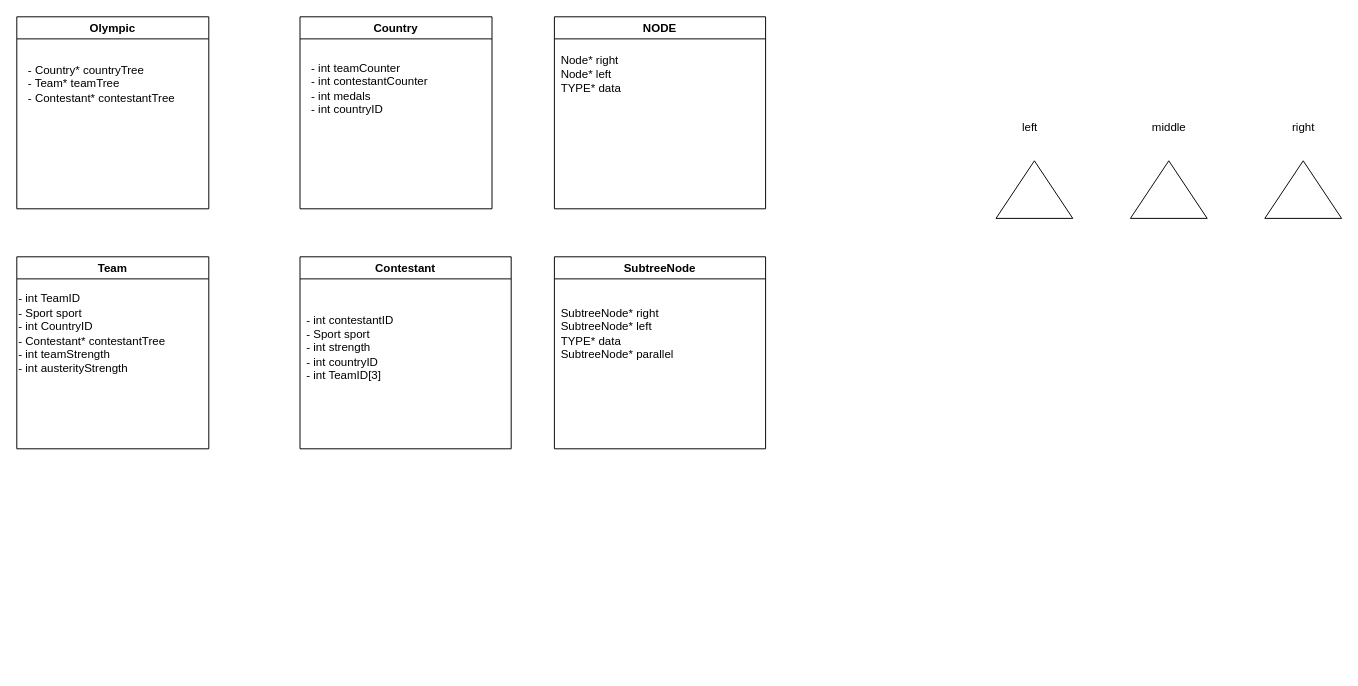
Above: Additional reading material/Wet 1.drawio in ayals99/Wet-1--Data-Structures (draw.io), before the change. Source tidied: cells renumbered, new cells numbered last; positions are measured from the earlier drawing's top-left corner, leaving out a move shared by most shapes. Both pictures are drawn from the tidied source at 96%, with x=0, y=0 at pixel (16, 16).
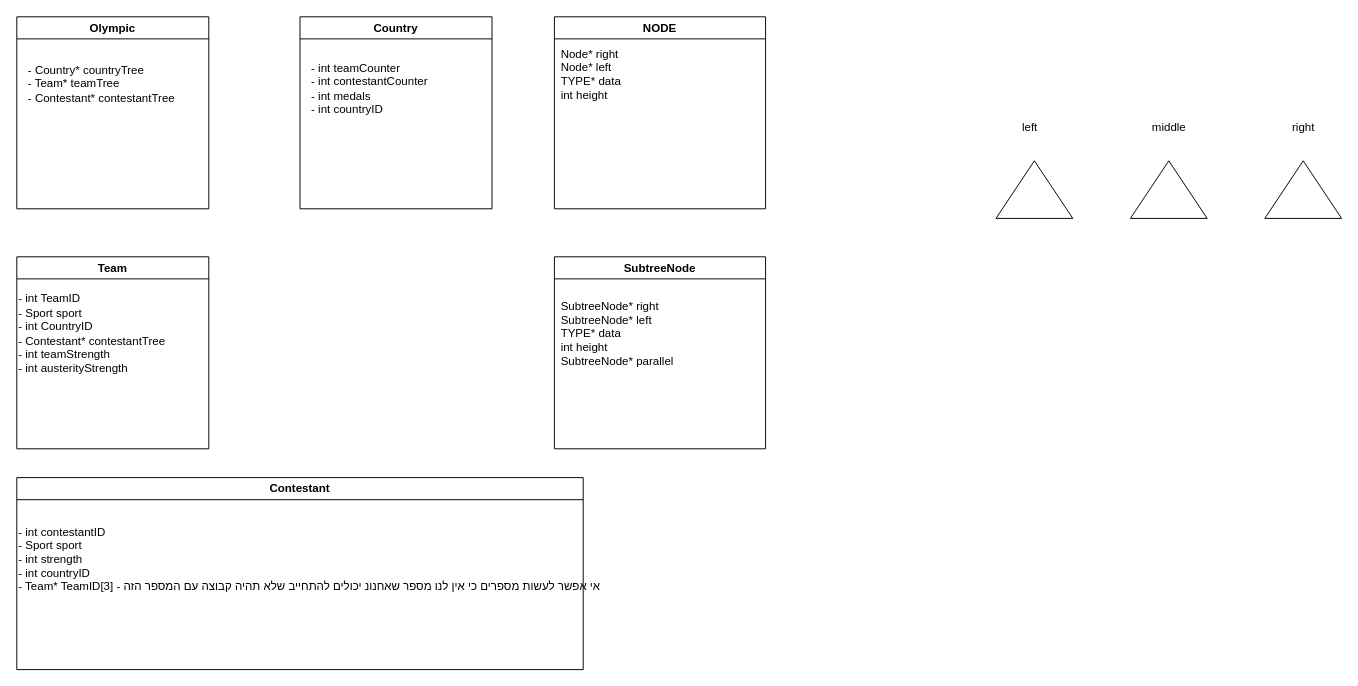
Above is the later version.

The edit, as a diff of the source:
```diff
@@
 <mxGraphModel>
   <root>
     <mxCell id="0" />
     <mxCell id="1" parent="0" />
     <mxCell id="2" value="Olympic" style="swimlane;whiteSpace=wrap;html=1;" parent="1" vertex="1">
       <mxGeometry width="200" height="200" as="geometry" />
     </mxCell>
     <mxCell id="3" value="- Country* countryTree&lt;br&gt;- Team* teamTree&lt;br&gt;- Contestant* contestantTree&lt;br&gt;" style="text;html=1;align=left;verticalAlign=middle;strokeColor=none;fillColor=none;" parent="2" vertex="1">
       <mxGeometry x="10" y="40" width="180" height="60" as="geometry" />
     </mxCell>
     <mxCell id="4" value="Country" style="swimlane;whiteSpace=wrap;html=1;" parent="1" vertex="1">
       <mxGeometry x="295" width="200" height="200" as="geometry" />
     </mxCell>
     <mxCell id="5" value="- int teamCounter&lt;br&gt;- int contestantCounter&lt;br&gt;- int medals&lt;br&gt;- int countryID" style="text;html=1;align=left;verticalAlign=middle;strokeColor=none;fillColor=none;" parent="4" vertex="1">
       <mxGeometry x="10" y="40" width="140" height="70" as="geometry" />
     </mxCell>
     <mxCell id="6" value="Team" style="swimlane;whiteSpace=wrap;html=1;" parent="1" vertex="1">
       <mxGeometry y="250" width="200" height="200" as="geometry" />
     </mxCell>
     <mxCell id="7" value="- int TeamID&lt;br&gt;- Sport sport&lt;br&gt;- int CountryID&lt;br&gt;- Contestant* contestantTree&lt;br&gt;- int teamStrength&lt;br&gt;- int austerityStrength" style="text;html=1;align=left;verticalAlign=middle;strokeColor=none;fillColor=none;" parent="6" vertex="1">
       <mxGeometry y="30" width="180" height="100" as="geometry" />
     </mxCell>
     <mxCell id="8" value="Contestant" style="swimlane;whiteSpace=wrap;html=1;" parent="1" vertex="1">
-      <mxGeometry x="295" y="250" width="220" height="200" as="geometry" />
+      <mxGeometry y="480" width="590" height="200" as="geometry" />
     </mxCell>
-    <mxCell id="9" value="- int contestantID&lt;br&gt;- Sport sport&lt;br&gt;- int strength&lt;br&gt;- int countryID&lt;br&gt;- int TeamID[3]&lt;br&gt;" style="text;html=1;align=left;verticalAlign=middle;strokeColor=none;fillColor=none;" parent="8" vertex="1">
-      <mxGeometry x="5" y="50" width="110" height="90" as="geometry" />
+    <mxCell id="9" value="- int contestantID&lt;br&gt;- Sport sport&lt;br&gt;- int strength&lt;br&gt;- int countryID&lt;br&gt;- Team* TeamID[3] - אי אפשר לעשות מספרים כי אין לנו מספר שאחנונ יכולים להתחייב שלא תהיה קבוצה עם המספר הזה" style="text;html=1;align=left;verticalAlign=middle;strokeColor=none;fillColor=none;" parent="8" vertex="1">
+      <mxGeometry y="40" width="590" height="90" as="geometry" />
     </mxCell>
     <mxCell id="10" style="triangle;whiteSpace=wrap;html=1;rotation=-90;" parent="1" vertex="1">
       <mxGeometry x="1030" y="140" width="60" height="80" as="geometry" />
     </mxCell>
     <mxCell id="11" style="triangle;whiteSpace=wrap;html=1;rotation=-90;" parent="1" vertex="1">
       <mxGeometry x="1170" y="140" width="60" height="80" as="geometry" />
     </mxCell>
     <mxCell id="12" style="triangle;whiteSpace=wrap;html=1;rotation=-90;" parent="1" vertex="1">
       <mxGeometry x="1310" y="140" width="60" height="80" as="geometry" />
     </mxCell>
     <mxCell id="13" value="left" style="text;html=1;align=center;verticalAlign=middle;strokeColor=none;fillColor=none;" parent="1" vertex="1">
       <mxGeometry x="1035" y="100" width="40" height="30" as="geometry" />
     </mxCell>
     <mxCell id="14" value="middle" style="text;html=1;align=center;verticalAlign=middle;strokeColor=none;fillColor=none;" parent="1" vertex="1">
       <mxGeometry x="1170" y="100" width="60" height="30" as="geometry" />
     </mxCell>
     <mxCell id="15" value="right" style="text;html=1;align=center;verticalAlign=middle;strokeColor=none;fillColor=none;" parent="1" vertex="1">
       <mxGeometry x="1315" y="100" width="50" height="30" as="geometry" />
     </mxCell>
     <mxCell id="16" value="NODE" style="swimlane;whiteSpace=wrap;html=1;" parent="1" vertex="1">
       <mxGeometry x="560" width="220" height="200" as="geometry" />
     </mxCell>
-    <mxCell id="17" value="Node* right&lt;br&gt;Node*&amp;nbsp;left&lt;br&gt;TYPE* data" style="text;html=1;align=left;verticalAlign=middle;strokeColor=none;fillColor=none;" parent="16" vertex="1">
-      <mxGeometry x="5" y="30" width="90" height="60" as="geometry" />
+    <mxCell id="17" value="Node* right&lt;br&gt;Node*&amp;nbsp;left&lt;br&gt;TYPE* data&lt;br&gt;int height" style="text;html=1;align=left;verticalAlign=middle;strokeColor=none;fillColor=none;" parent="16" vertex="1">
+      <mxGeometry x="5" y="25" width="90" height="70" as="geometry" />
     </mxCell>
     <mxCell id="18" value="SubtreeNode" style="swimlane;whiteSpace=wrap;html=1;" parent="1" vertex="1">
       <mxGeometry x="560" y="250" width="220" height="200" as="geometry" />
     </mxCell>
-    <mxCell id="19" value="SubtreeNode* right&lt;br&gt;SubtreeNode* left&lt;br&gt;TYPE* data&lt;br&gt;SubtreeNode* parallel" style="text;html=1;align=left;verticalAlign=middle;strokeColor=none;fillColor=none;" parent="18" vertex="1">
-      <mxGeometry x="5" y="45" width="140" height="70" as="geometry" />
+    <mxCell id="19" value="SubtreeNode* right&lt;br&gt;SubtreeNode* left&lt;br&gt;TYPE* data&lt;br&gt;int height&lt;br&gt;SubtreeNode* parallel" style="text;html=1;align=left;verticalAlign=middle;strokeColor=none;fillColor=none;" parent="18" vertex="1">
+      <mxGeometry x="5" y="35" width="140" height="90" as="geometry" />
     </mxCell>
   </root>
 </mxGraphModel>
```
